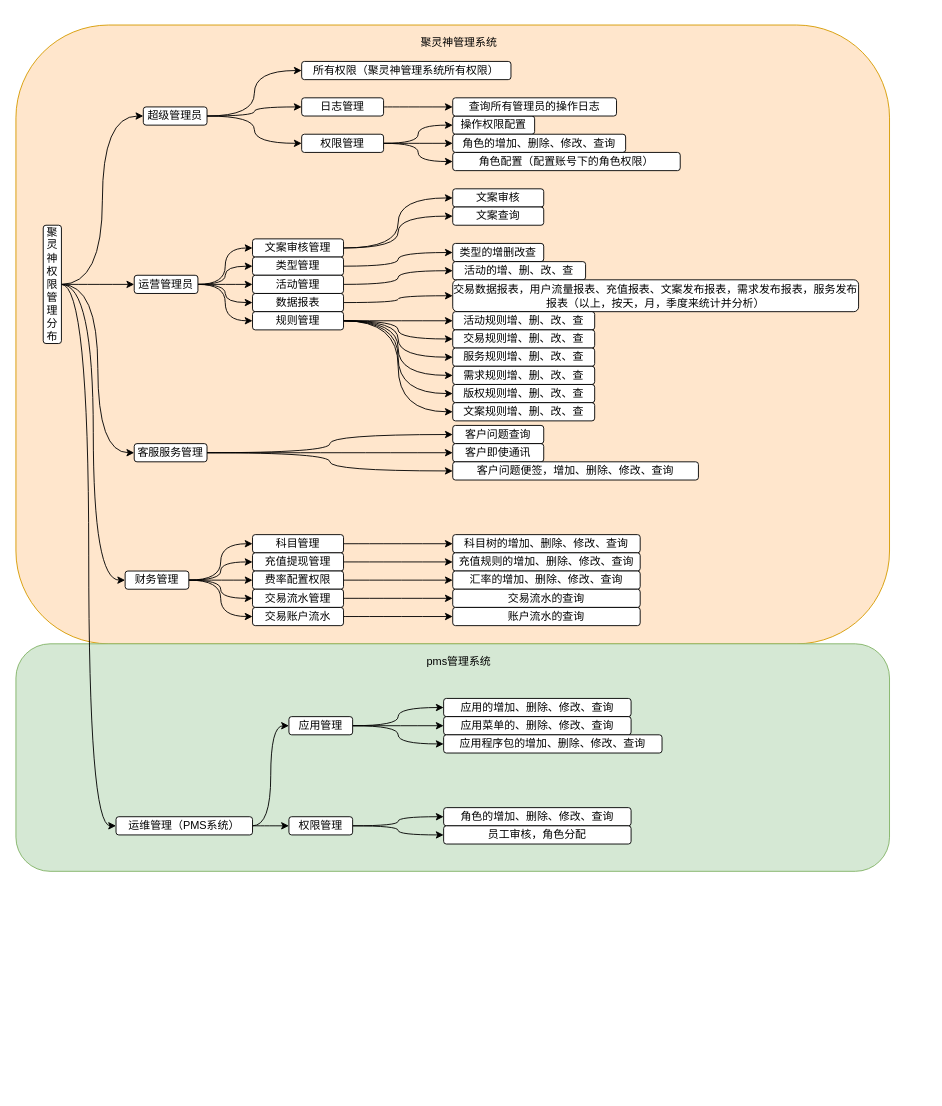
Above: Untitled Diagram.drawio in Raox1ngj1ng/mydraw (draw.io), before the change. Source tidied: cells renumbered, new cells numbered last; positions are measured from the earlier drawing's top-left corner, leaving out a move shared by most shapes. Both pictures are drawn from the tidied source at 91%, with x=0, y=0 at pixel (15, 25).
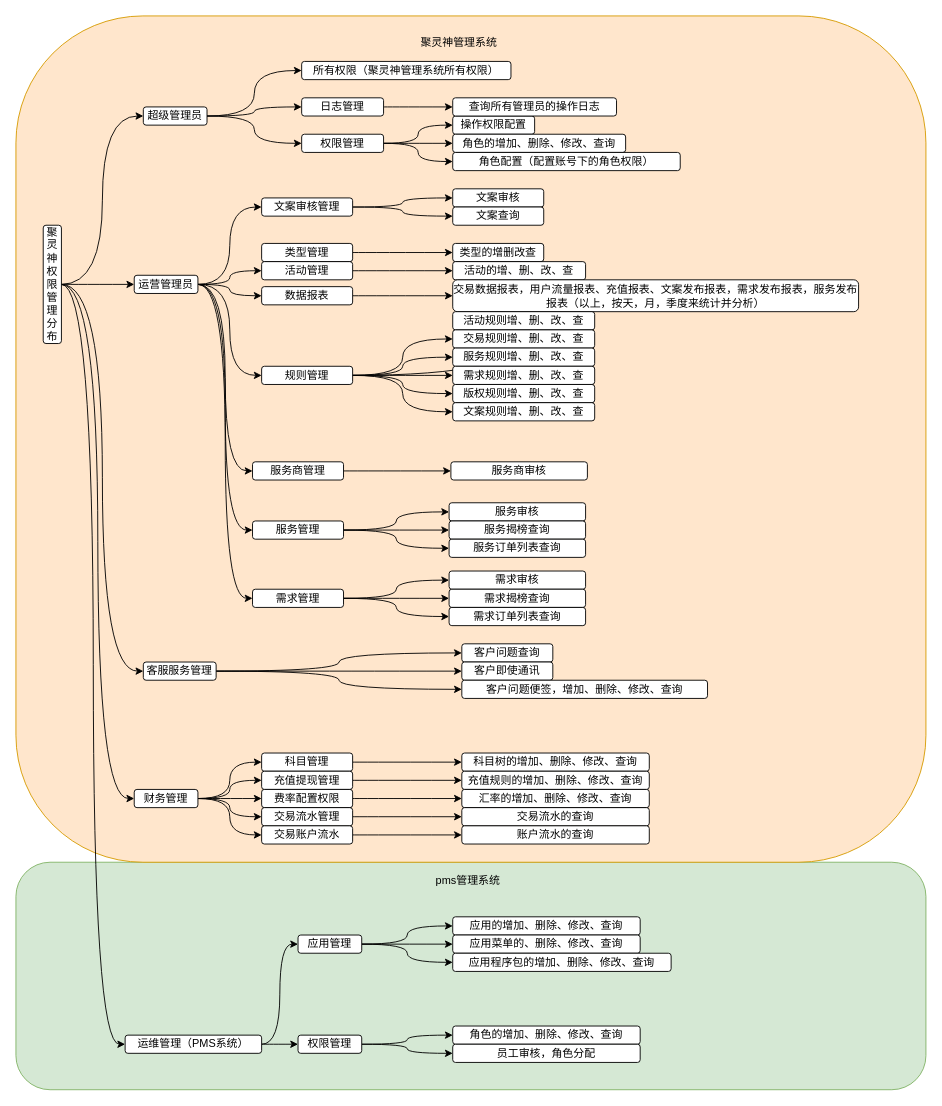
The same diagram, later.

Commit message:
聚灵神项目权限分布调整

The change refers to these unchanged cells:
```xml
<mxCell id="19" value="运营管理员" style="rounded=1;whiteSpace=wrap;html=1;" parent="1" vertex="1">
  <mxGeometry x="130" y="275" width="70" height="20" as="geometry" />
</mxCell>
```

Change to the diagram source:
```diff
@@
-    <mxCell id="2" style="rounded=1;whiteSpace=wrap;html=1;fillColor=#ffe6cc;strokeColor=#d79b00;" parent="1" vertex="1">
-      <mxGeometry width="960" height="680" as="geometry" />
-    </mxCell>
-    <mxCell id="3" style="rounded=1;whiteSpace=wrap;html=1;fillColor=#d5e8d4;strokeColor=#82b366;" parent="1" vertex="1">
-      <mxGeometry y="680" width="960" height="250" as="geometry" />
-    </mxCell>
+    <mxCell id="103" style="rounded=1;whiteSpace=wrap;html=1;fillColor=#d5e8d4;strokeColor=#82b366;" parent="1" vertex="1">
+      <mxGeometry y="920" width="1000" height="250" as="geometry" />
+    </mxCell>
+    <mxCell id="104" style="rounded=1;whiteSpace=wrap;html=1;fillColor=#ffe6cc;strokeColor=#d79b00;" parent="1" vertex="1">
+      <mxGeometry y="-10" width="1000" height="930" as="geometry" />
+    </mxCell>
@@
-    <mxCell id="15" style="edgeStyle=orthogonalEdgeStyle;curved=1;rounded=0;jettySize=auto;html=1;exitX=1;exitY=0.5;exitDx=0;exitDy=0;" parent="1" edge="1" source="19" target="31">
-      <mxGeometry relative="1" as="geometry" />
-    </mxCell>
@@
+    <mxCell id="105" style="edgeStyle=orthogonalEdgeStyle;curved=1;rounded=0;jettySize=auto;html=1;exitX=1;exitY=0.5;exitDx=0;exitDy=0;entryX=0;entryY=0.5;entryDx=0;entryDy=0;" parent="1" edge="1" source="19" target="109">
+      <mxGeometry relative="1" as="geometry" />
+    </mxCell>
+    <mxCell id="106" style="edgeStyle=orthogonalEdgeStyle;curved=1;rounded=0;jettySize=auto;html=1;exitX=1;exitY=0.5;exitDx=0;exitDy=0;entryX=0;entryY=0.5;entryDx=0;entryDy=0;" parent="1" edge="1" source="19" target="113">
+      <mxGeometry relative="1" as="geometry" />
+    </mxCell>
+    <mxCell id="107" style="edgeStyle=orthogonalEdgeStyle;curved=1;rounded=0;jettySize=auto;html=1;exitX=1;exitY=0.5;exitDx=0;exitDy=0;entryX=0;entryY=0.5;entryDx=0;entryDy=0;" parent="1" edge="1" source="19" target="117">
+      <mxGeometry relative="1" as="geometry" />
+    </mxCell>
@@
     <mxCell id="25" value="财务管理" style="rounded=1;whiteSpace=wrap;html=1;" parent="1" vertex="1">
-      <mxGeometry x="120" y="600" width="70" height="20" as="geometry" />
+      <mxGeometry x="130" y="840" width="70" height="20" as="geometry" />
     </mxCell>
@@
     <mxCell id="29" value="文案审核管理" style="rounded=1;whiteSpace=wrap;html=1;" parent="1" vertex="1">
-      <mxGeometry x="260" y="235" width="100" height="20" as="geometry" />
+      <mxGeometry x="270" y="190" width="100" height="20" as="geometry" />
     </mxCell>
@@
     <mxCell id="31" value="类型管理" style="rounded=1;whiteSpace=wrap;html=1;" parent="1" vertex="1">
-      <mxGeometry x="260" y="255" width="100" height="20" as="geometry" />
+      <mxGeometry x="270" y="240" width="100" height="20" as="geometry" />
     </mxCell>
@@
     <mxCell id="33" value="活动管理" style="rounded=1;whiteSpace=wrap;html=1;" parent="1" vertex="1">
-      <mxGeometry x="260" y="275" width="100" height="20" as="geometry" />
+      <mxGeometry x="270" y="260" width="100" height="20" as="geometry" />
     </mxCell>
@@
     <mxCell id="35" value="数据报表" style="rounded=1;whiteSpace=wrap;html=1;" parent="1" vertex="1">
-      <mxGeometry x="260" y="295" width="100" height="20" as="geometry" />
+      <mxGeometry x="270" y="287.5" width="100" height="20" as="geometry" />
     </mxCell>
@@
     <mxCell id="42" value="规则管理" style="rounded=1;whiteSpace=wrap;html=1;" parent="1" vertex="1">
-      <mxGeometry x="260" y="315" width="100" height="20" as="geometry" />
+      <mxGeometry x="270" y="375" width="100" height="20" as="geometry" />
     </mxCell>
@@
     <mxCell id="44" value="科目管理" style="rounded=1;whiteSpace=wrap;html=1;" parent="1" vertex="1">
-      <mxGeometry x="260" y="560" width="100" height="20" as="geometry" />
+      <mxGeometry x="270" y="800" width="100" height="20" as="geometry" />
     </mxCell>
@@
     <mxCell id="46" value="充值提现管理" style="rounded=1;whiteSpace=wrap;html=1;" parent="1" vertex="1">
-      <mxGeometry x="260" y="580" width="100" height="20" as="geometry" />
+      <mxGeometry x="270" y="820" width="100" height="20" as="geometry" />
     </mxCell>
@@
     <mxCell id="48" value="费率配置权限" style="rounded=1;whiteSpace=wrap;html=1;" parent="1" vertex="1">
-      <mxGeometry x="260" y="600" width="100" height="20" as="geometry" />
+      <mxGeometry x="270" y="840" width="100" height="20" as="geometry" />
     </mxCell>
@@
     <mxCell id="50" value="交易流水管理" style="rounded=1;whiteSpace=wrap;html=1;" parent="1" vertex="1">
-      <mxGeometry x="260" y="620" width="100" height="20" as="geometry" />
+      <mxGeometry x="270" y="860" width="100" height="20" as="geometry" />
     </mxCell>
@@
     <mxCell id="52" value="交易账户流水" style="rounded=1;whiteSpace=wrap;html=1;" parent="1" vertex="1">
-      <mxGeometry x="260" y="640" width="100" height="20" as="geometry" />
+      <mxGeometry x="270" y="880" width="100" height="20" as="geometry" />
     </mxCell>
@@
     <mxCell id="64" value="科目树的增加、删除、修改、查询" style="rounded=1;whiteSpace=wrap;html=1;" parent="1" vertex="1">
-      <mxGeometry x="480" y="560" width="206" height="20" as="geometry" />
+      <mxGeometry x="490" y="800" width="206" height="20" as="geometry" />
     </mxCell>
     <mxCell id="65" value="充值规则的增加、删除、修改、查询" style="rounded=1;whiteSpace=wrap;html=1;" parent="1" vertex="1">
-      <mxGeometry x="480" y="580" width="206" height="20" as="geometry" />
+      <mxGeometry x="490" y="820" width="206" height="20" as="geometry" />
     </mxCell>
     <mxCell id="66" value="汇率的增加、删除、修改、查询" style="rounded=1;whiteSpace=wrap;html=1;" parent="1" vertex="1">
-      <mxGeometry x="480" y="600" width="206" height="20" as="geometry" />
+      <mxGeometry x="490" y="840" width="206" height="20" as="geometry" />
     </mxCell>
     <mxCell id="67" value="交易流水的查询" style="rounded=1;whiteSpace=wrap;html=1;" parent="1" vertex="1">
-      <mxGeometry x="480" y="620" width="206" height="20" as="geometry" />
+      <mxGeometry x="490" y="860" width="206" height="20" as="geometry" />
     </mxCell>
     <mxCell id="68" value="账户流水的查询" style="rounded=1;whiteSpace=wrap;html=1;" parent="1" vertex="1">
-      <mxGeometry x="480" y="640" width="206" height="20" as="geometry" />
+      <mxGeometry x="490" y="880" width="206" height="20" as="geometry" />
     </mxCell>
@@
     <mxCell id="71" value="运维管理（PMS系统）" style="rounded=1;whiteSpace=wrap;html=1;" parent="1" vertex="1">
-      <mxGeometry x="110" y="870" width="150" height="20" as="geometry" />
+      <mxGeometry x="120" y="1110" width="150" height="20" as="geometry" />
     </mxCell>
@@
     <mxCell id="75" value="应用管理" style="rounded=1;whiteSpace=wrap;html=1;" parent="1" vertex="1">
-      <mxGeometry x="300" y="760" width="70" height="20" as="geometry" />
+      <mxGeometry x="310" y="1000" width="70" height="20" as="geometry" />
     </mxCell>
     <mxCell id="76" value="应用的增加、删除、修改、查询" style="rounded=1;whiteSpace=wrap;html=1;" parent="1" vertex="1">
-      <mxGeometry x="470" y="740" width="206" height="20" as="geometry" />
+      <mxGeometry x="480" y="980" width="206" height="20" as="geometry" />
     </mxCell>
     <mxCell id="77" value="应用菜单的、删除、修改、查询" style="rounded=1;whiteSpace=wrap;html=1;" parent="1" vertex="1">
-      <mxGeometry x="470" y="760" width="206" height="20" as="geometry" />
+      <mxGeometry x="480" y="1000" width="206" height="20" as="geometry" />
     </mxCell>
     <mxCell id="78" value="应用程序包的增加、删除、修改、查询" style="rounded=1;whiteSpace=wrap;html=1;" parent="1" vertex="1">
-      <mxGeometry x="470" y="780" width="240" height="20" as="geometry" />
+      <mxGeometry x="480" y="1020" width="240" height="20" as="geometry" />
     </mxCell>
@@
     <mxCell id="81" value="权限管理" style="rounded=1;whiteSpace=wrap;html=1;" parent="1" vertex="1">
-      <mxGeometry x="300" y="870" width="70" height="20" as="geometry" />
+      <mxGeometry x="310" y="1110" width="70" height="20" as="geometry" />
     </mxCell>
     <mxCell id="82" value="角色的增加、删除、修改、查询" style="rounded=1;whiteSpace=wrap;html=1;" parent="1" vertex="1">
-      <mxGeometry x="470" y="860" width="206" height="20" as="geometry" />
+      <mxGeometry x="480" y="1100" width="206" height="20" as="geometry" />
     </mxCell>
     <mxCell id="83" value="员工审核，角色分配" style="rounded=1;whiteSpace=wrap;html=1;" parent="1" vertex="1">
-      <mxGeometry x="470" y="880" width="206" height="20" as="geometry" />
+      <mxGeometry x="480" y="1120" width="206" height="20" as="geometry" />
     </mxCell>
@@
     <mxCell id="91" value="pms管理系统" style="text;html=1;strokeColor=none;fillColor=none;align=center;verticalAlign=middle;whiteSpace=wrap;rounded=0;" parent="1" vertex="1">
-      <mxGeometry x="404" y="680" width="166" height="40" as="geometry" />
+      <mxGeometry x="414" y="920" width="166" height="40" as="geometry" />
     </mxCell>
@@
     <mxCell id="96" value="客服服务管理" style="rounded=1;whiteSpace=wrap;html=1;" parent="1" vertex="1">
-      <mxGeometry x="130" y="460" width="80" height="20" as="geometry" />
+      <mxGeometry x="140" y="700" width="80" height="20" as="geometry" />
     </mxCell>
     <mxCell id="97" value="客户问题查询" style="rounded=1;whiteSpace=wrap;html=1;" parent="1" vertex="1">
-      <mxGeometry x="480" y="440" width="100" height="20" as="geometry" />
+      <mxGeometry x="490" y="680" width="100" height="20" as="geometry" />
     </mxCell>
     <mxCell id="98" value="客户即使通讯" style="rounded=1;whiteSpace=wrap;html=1;" parent="1" vertex="1">
-      <mxGeometry x="480" y="460" width="100" height="20" as="geometry" />
+      <mxGeometry x="490" y="700" width="100" height="20" as="geometry" />
     </mxCell>
     <mxCell id="99" value="客户问题便签，增加、删除、修改、查询" style="rounded=1;whiteSpace=wrap;html=1;" parent="1" vertex="1">
-      <mxGeometry x="480" y="480" width="270" height="20" as="geometry" />
+      <mxGeometry x="490" y="720" width="270" height="20" as="geometry" />
     </mxCell>
@@
+    <mxCell id="108" style="edgeStyle=orthogonalEdgeStyle;curved=1;rounded=0;jettySize=auto;html=1;exitX=1;exitY=0.5;exitDx=0;exitDy=0;entryX=0;entryY=0.5;entryDx=0;entryDy=0;" parent="1" edge="1" source="109" target="118">
+      <mxGeometry relative="1" as="geometry" />
+    </mxCell>
+    <mxCell id="109" value="服务商管理" style="rounded=1;whiteSpace=wrap;html=1;" parent="1" vertex="1">
+      <mxGeometry x="260" y="480" width="100" height="20" as="geometry" />
+    </mxCell>
+    <mxCell id="110" style="edgeStyle=orthogonalEdgeStyle;curved=1;rounded=0;jettySize=auto;html=1;exitX=1;exitY=0.5;exitDx=0;exitDy=0;entryX=0;entryY=0.5;entryDx=0;entryDy=0;" parent="1" edge="1" source="113" target="119">
+      <mxGeometry relative="1" as="geometry" />
+    </mxCell>
+    <mxCell id="111" style="edgeStyle=orthogonalEdgeStyle;curved=1;rounded=0;jettySize=auto;html=1;exitX=1;exitY=0.5;exitDx=0;exitDy=0;entryX=0;entryY=0.5;entryDx=0;entryDy=0;" parent="1" edge="1" source="113" target="120">
+      <mxGeometry relative="1" as="geometry" />
+    </mxCell>
+    <mxCell id="112" style="edgeStyle=orthogonalEdgeStyle;curved=1;rounded=0;jettySize=auto;html=1;exitX=1;exitY=0.5;exitDx=0;exitDy=0;entryX=0;entryY=0.5;entryDx=0;entryDy=0;" parent="1" edge="1" source="113" target="121">
+      <mxGeometry relative="1" as="geometry" />
+    </mxCell>
+    <mxCell id="113" value="服务管理" style="rounded=1;whiteSpace=wrap;html=1;" parent="1" vertex="1">
+      <mxGeometry x="260" y="545" width="100" height="20" as="geometry" />
+    </mxCell>
+    <mxCell id="114" style="edgeStyle=orthogonalEdgeStyle;curved=1;rounded=0;jettySize=auto;html=1;exitX=1;exitY=0.5;exitDx=0;exitDy=0;entryX=0;entryY=0.5;entryDx=0;entryDy=0;" parent="1" edge="1" source="117" target="123">
+      <mxGeometry relative="1" as="geometry" />
+    </mxCell>
+    <mxCell id="115" style="edgeStyle=orthogonalEdgeStyle;curved=1;rounded=0;jettySize=auto;html=1;exitX=1;exitY=0.5;exitDx=0;exitDy=0;" parent="1" edge="1" source="117" target="122">
+      <mxGeometry relative="1" as="geometry" />
+    </mxCell>
+    <mxCell id="116" style="edgeStyle=orthogonalEdgeStyle;curved=1;rounded=0;jettySize=auto;html=1;exitX=1;exitY=0.5;exitDx=0;exitDy=0;entryX=0;entryY=0.5;entryDx=0;entryDy=0;" parent="1" edge="1" source="117" target="124">
+      <mxGeometry relative="1" as="geometry" />
+    </mxCell>
+    <mxCell id="117" value="需求管理" style="rounded=1;whiteSpace=wrap;html=1;" parent="1" vertex="1">
+      <mxGeometry x="260" y="620" width="100" height="20" as="geometry" />
+    </mxCell>
+    <mxCell id="118" value="服务商审核" style="rounded=1;whiteSpace=wrap;html=1;" parent="1" vertex="1">
+      <mxGeometry x="478" y="480" width="150" height="20" as="geometry" />
+    </mxCell>
+    <mxCell id="119" value="服务审核" style="rounded=1;whiteSpace=wrap;html=1;" parent="1" vertex="1">
+      <mxGeometry x="476" y="525" width="150" height="20" as="geometry" />
+    </mxCell>
+    <mxCell id="120" value="服务揭榜查询" style="rounded=1;whiteSpace=wrap;html=1;" parent="1" vertex="1">
+      <mxGeometry x="476" y="545" width="150" height="20" as="geometry" />
+    </mxCell>
+    <mxCell id="121" value="服务订单列表查询" style="rounded=1;whiteSpace=wrap;html=1;" parent="1" vertex="1">
+      <mxGeometry x="476" y="565" width="150" height="20" as="geometry" />
+    </mxCell>
+    <mxCell id="122" value="需求审核" style="rounded=1;whiteSpace=wrap;html=1;" parent="1" vertex="1">
+      <mxGeometry x="476" y="600" width="150" height="20" as="geometry" />
+    </mxCell>
+    <mxCell id="123" value="需求揭榜查询" style="rounded=1;whiteSpace=wrap;html=1;" parent="1" vertex="1">
+      <mxGeometry x="476" y="620" width="150" height="20" as="geometry" />
+    </mxCell>
+    <mxCell id="124" value="需求订单列表查询" style="rounded=1;whiteSpace=wrap;html=1;" parent="1" vertex="1">
+      <mxGeometry x="476" y="640" width="150" height="20" as="geometry" />
+    </mxCell>
```
